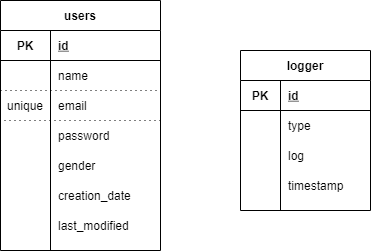
Earlier version of the draw.io export postgres-schema.drawio.png (deepanjan05/mini-project). Source tidied: cells renumbered, new cells last; positions are measured from the earlier drawing's top-left corner, leaving out a move shared by most shapes.
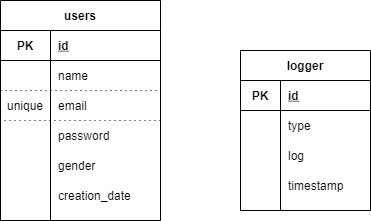
After the change.

The edit, as a diff of the source:
```diff
@@ -3,7 +3,7 @@
     <mxCell id="0" />
     <mxCell id="1" parent="0" />
     <mxCell id="2" value="users" style="shape=table;startSize=30;rowLines=0;fontStyle=1;align=center;rounded=0;html=0;" parent="1" vertex="1">
-      <mxGeometry width="160" height="250" as="geometry" />
+      <mxGeometry width="160" height="220" as="geometry" />
     </mxCell>
     <mxCell id="3" style="shape=partialRectangle;fillColor=none;top=0;left=0;bottom=1;right=0;" parent="2" vertex="1">
       <mxGeometry y="30" width="160" height="30" as="geometry" />
@@ -59,15 +59,6 @@
     <mxCell id="20" value="creation_date" style="shape=partialRectangle;fillColor=none;top=0;left=0;bottom=0;right=0;align=left;spacingLeft=6;overflow=hidden;" parent="18" vertex="1">
       <mxGeometry x="50" width="110" height="30" as="geometry" />
     </mxCell>
-    <mxCell id="21" style="shape=partialRectangle;fillColor=none;top=0;left=0;bottom=0;right=0;" parent="2" vertex="1">
-      <mxGeometry y="210" width="160" height="30" as="geometry" />
-    </mxCell>
-    <mxCell id="22" style="shape=partialRectangle;fillColor=none;top=0;left=0;bottom=0;right=0;overflow=hidden;" parent="21" vertex="1">
-      <mxGeometry width="50" height="30" as="geometry" />
-    </mxCell>
-    <mxCell id="23" value="last_modified" style="shape=partialRectangle;fillColor=none;top=0;left=0;bottom=0;right=0;align=left;spacingLeft=6;overflow=hidden;" parent="21" vertex="1">
-      <mxGeometry x="50" width="110" height="30" as="geometry" />
-    </mxCell>
     <mxCell id="24" value="logger" style="shape=table;startSize=30;rowLines=0;fontStyle=1;align=center;rounded=0;shadow=0;strokeWidth=1;html=0;swimlaneFillColor=none;perimeterSpacing=0;" parent="1" vertex="1">
       <mxGeometry x="240" y="50" width="130" height="160" as="geometry" />
     </mxCell>
```
